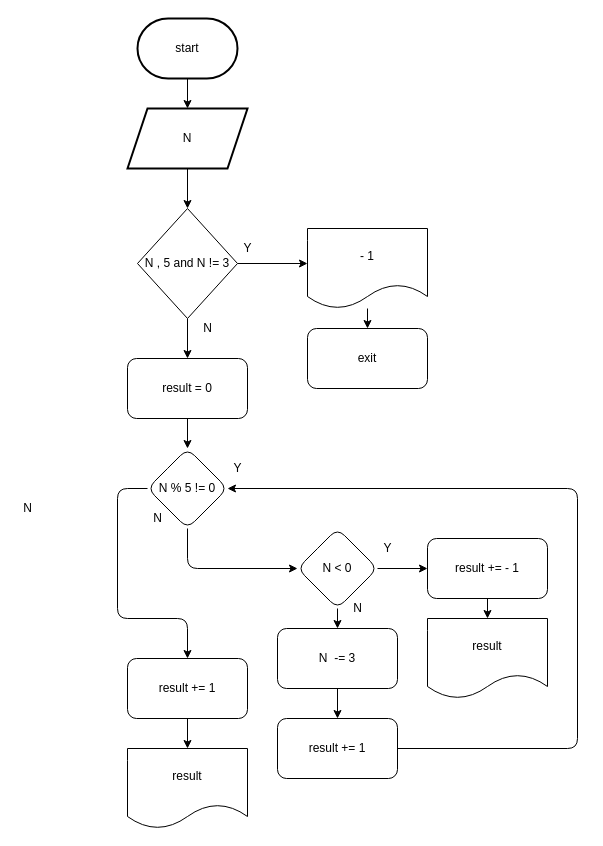
Before: stage/The most wrong question/2839.drawio in Gyeongrok-Oh/boj, a draw.io diagram. Source tidied: cells renumbered, new cells numbered last; positions are measured from the earlier drawing's top-left corner, leaving out a move shared by most shapes. Both pictures are drawn from the tidied source at 100%, with x=0, y=0 at pixel (17, 18).
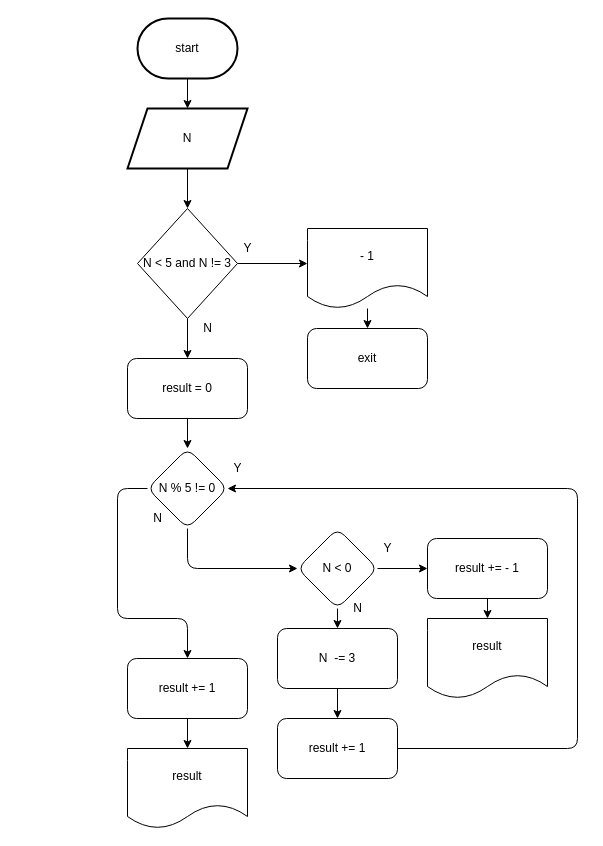
Above is the later version.

Change to the diagram source:
```diff
@@
-    <mxCell id="8" value="N , 5 and N != 3" style="rhombus;whiteSpace=wrap;html=1;" parent="1" vertex="1">
+    <mxCell id="8" value="N &amp;lt; 5 and N != 3" style="rhombus;whiteSpace=wrap;html=1;" parent="1" vertex="1">
       <mxGeometry x="120" y="190" width="100" height="110" as="geometry" />
     </mxCell>
@@
-    <mxCell id="34" value="N" style="text;html=1;align=center;verticalAlign=middle;strokeColor=none;fillColor=none;" parent="1" vertex="1">
-      <mxGeometry y="480" width="20" height="20" as="geometry" />
-    </mxCell>
```
